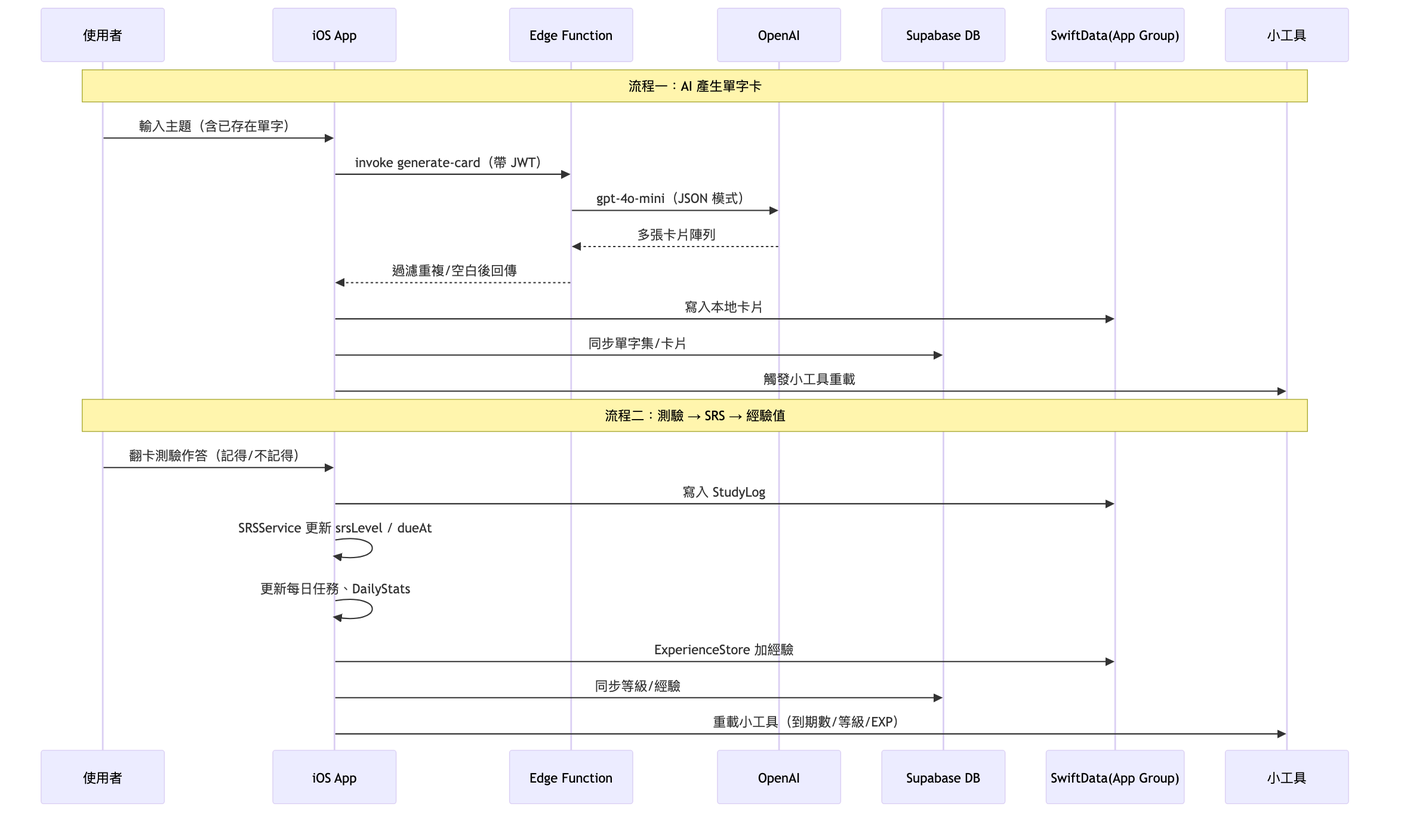
Earlier version of the Mermaid export diagrams/dataflow.png (JustinLu090/KnowledgeBit). Its source is kept beside it as diagrams/dataflow.mmd.
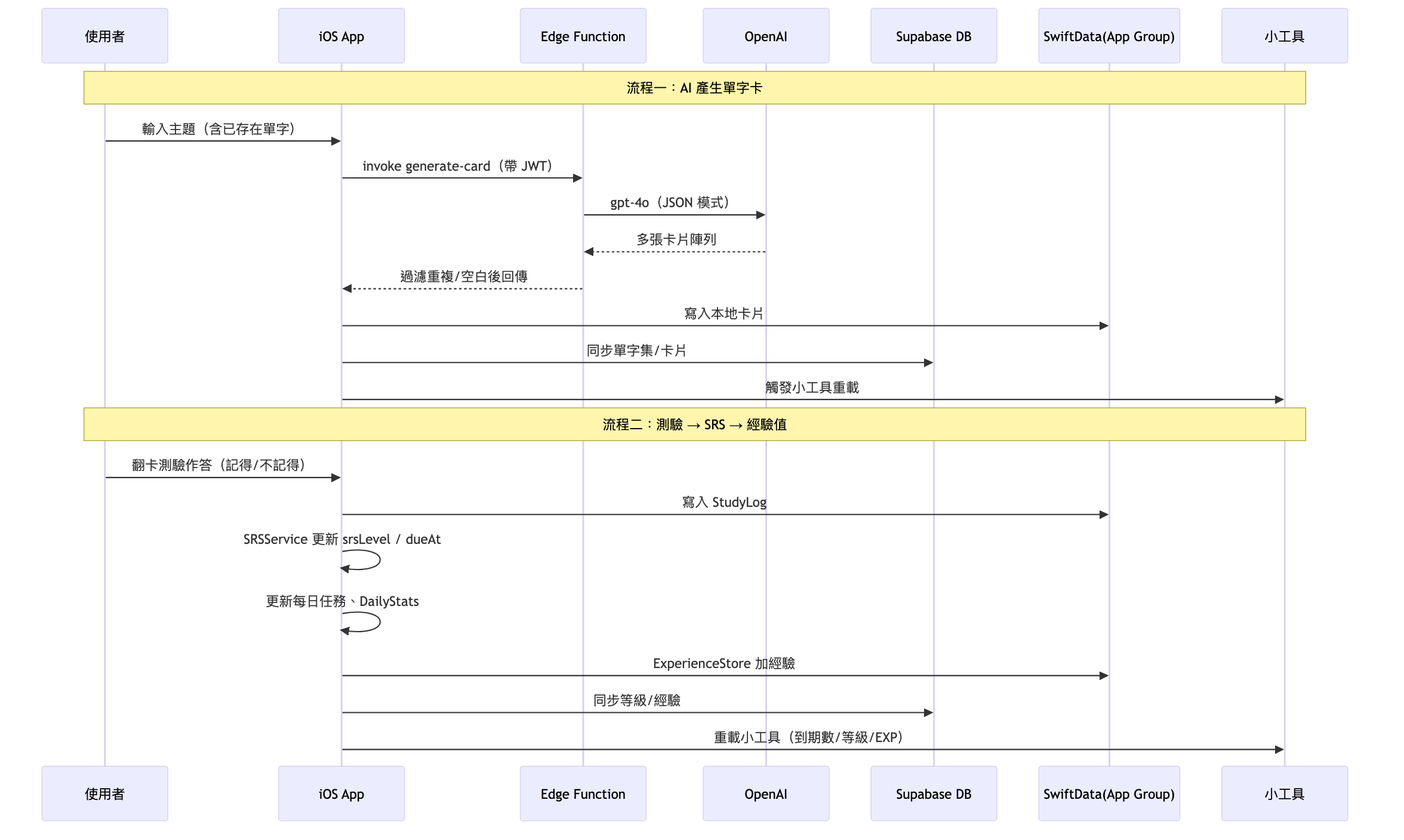
After the commit.

Change to the diagram source:
```diff
@@ -10,7 +10,7 @@
     Note over U,W: 流程一：AI 產生單字卡
     U->>App: 輸入主題（含已存在單字）
     App->>EF: invoke generate-card（帶 JWT）
-    EF->>AI: gpt-4o-mini（JSON 模式）
+    EF->>AI: gpt-4o（JSON 模式）
     AI-->>EF: 多張卡片陣列
     EF-->>App: 過濾重複/空白後回傳
     App->>SD: 寫入本地卡片
```
